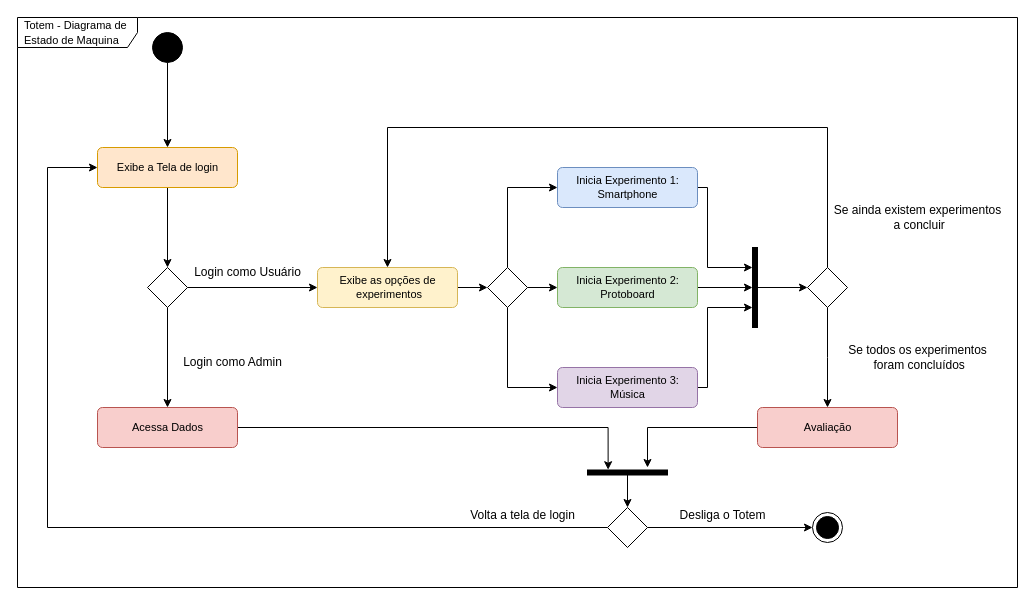
Osidious/PI1-2022-2 keeps this draw.io diagram as DiagramaDeEstadoDeMaquina.drawio. Above is the earlier version. Source tidied: cells renumbered, new cells numbered last; positions are measured from the earlier drawing's top-left corner, leaving out a move shared by most shapes. Both pictures are drawn from the tidied source at 100%, with x=0, y=0 at pixel (17, 17).
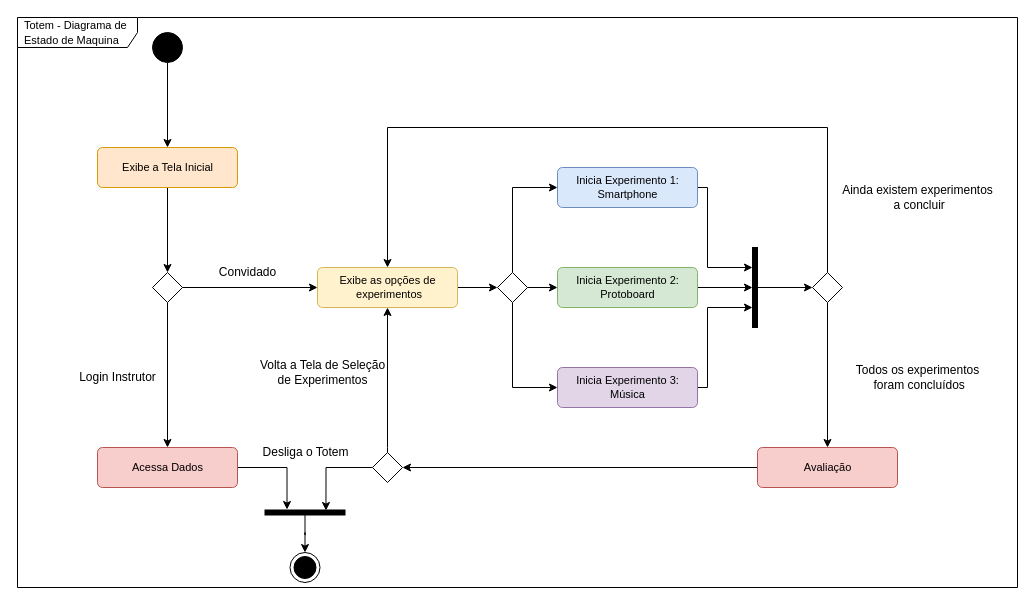
The same diagram, later.

The change refers to these unchanged cells:
```xml
<mxCell id="15" value="&lt;div&gt;Exibe as opções de&lt;/div&gt;&lt;div&gt;&amp;nbsp;experimentos&lt;/div&gt;" style="html=1;align=center;verticalAlign=middle;rounded=1;absoluteArcSize=1;arcSize=10;dashed=0;fontSize=11;fillColor=#fff2cc;strokeColor=#d6b656;" parent="1" vertex="1">
  <mxGeometry x="300" y="250" width="140" height="40" as="geometry" />
</mxCell>
<mxCell id="21" value="&lt;div&gt;Inicia Experimento 1:&lt;/div&gt;&lt;div&gt;Smartphone&lt;/div&gt;" style="html=1;align=center;verticalAlign=middle;rounded=1;absoluteArcSize=1;arcSize=10;dashed=0;fontSize=11;fillColor=#dae8fc;strokeColor=#6c8ebf;" parent="1" vertex="1">
  <mxGeometry x="540" y="150" width="140" height="40" as="geometry" />
</mxCell>
<mxCell id="23" value="Inicia Experimento 2:&lt;div&gt;Protoboard&lt;br&gt;&lt;/div&gt;" style="html=1;align=center;verticalAlign=middle;rounded=1;absoluteArcSize=1;arcSize=10;dashed=0;fontSize=11;fillColor=#d5e8d4;strokeColor=#82b366;" parent="1" vertex="1">
  <mxGeometry x="540" y="250" width="140" height="40" as="geometry" />
</mxCell>
<mxCell id="25" value="Inicia Experimento 3:&lt;div&gt;Música&lt;br&gt;&lt;/div&gt;" style="html=1;align=center;verticalAlign=middle;rounded=1;absoluteArcSize=1;arcSize=10;dashed=0;fontSize=11;fillColor=#e1d5e7;strokeColor=#9673a6;" parent="1" vertex="1">
  <mxGeometry x="540" y="350" width="140" height="40" as="geometry" />
</mxCell>
```

The edit, as a diff of the source:
```diff
@@
     <mxCell id="7" style="rhombus;" parent="1" vertex="1">
-      <mxGeometry x="130" y="250" width="40" height="40" as="geometry" />
+      <mxGeometry x="135" y="255" width="30" height="30" as="geometry" />
     </mxCell>
@@
-    <mxCell id="9" value="Exibe a Tela de login" style="html=1;align=center;verticalAlign=middle;rounded=1;absoluteArcSize=1;arcSize=10;dashed=0;fontSize=11;fillColor=#ffe6cc;strokeColor=#d79b00;" parent="1" vertex="1">
+    <mxCell id="9" value="Exibe a Tela Inicial" style="html=1;align=center;verticalAlign=middle;rounded=1;absoluteArcSize=1;arcSize=10;dashed=0;fontSize=11;fillColor=#ffe6cc;strokeColor=#d79b00;" parent="1" vertex="1">
       <mxGeometry x="80" y="130" width="140" height="40" as="geometry" />
     </mxCell>
-    <mxCell id="10" style="edgeStyle=orthogonalEdgeStyle;rounded=0;jettySize=auto;html=1;entryX=-0.056;entryY=0.742;entryDx=0;entryDy=0;entryPerimeter=0;" parent="1" edge="1" source="11" target="40">
-      <mxGeometry relative="1" as="geometry">
-        <Array as="points">
-          <mxPoint x="591" y="410" />
-        </Array>
-      </mxGeometry>
-    </mxCell>
+    <mxCell id="43" style="edgeStyle=orthogonalEdgeStyle;rounded=0;jettySize=auto;html=1;entryX=-0.1;entryY=0.725;entryDx=0;entryDy=0;entryPerimeter=0;" parent="1" edge="1" source="11" target="47">
+      <mxGeometry relative="1" as="geometry" />
+    </mxCell>
     <mxCell id="11" value="Acessa Dados" style="html=1;align=center;verticalAlign=middle;rounded=1;absoluteArcSize=1;arcSize=10;dashed=0;fontSize=11;fillColor=#f8cecc;strokeColor=#b85450;" parent="1" vertex="1">
-      <mxGeometry x="80" y="390" width="140" height="40" as="geometry" />
+      <mxGeometry x="80" y="430" width="140" height="40" as="geometry" />
     </mxCell>
-    <mxCell id="12" value="Login como Admin" style="text;html=1;align=center;verticalAlign=middle;strokeColor=none;fillColor=none;fontSize=12;" parent="1" vertex="1">
-      <mxGeometry x="150" y="330" width="130" height="30" as="geometry" />
+    <mxCell id="12" value="Login Instrutor" style="text;html=1;align=center;verticalAlign=middle;strokeColor=none;fillColor=none;fontSize=12;" parent="1" vertex="1">
+      <mxGeometry x="50" y="345" width="100" height="30" as="geometry" />
     </mxCell>
-    <mxCell id="13" value="Login como Usuário" style="text;html=1;align=center;verticalAlign=middle;strokeColor=none;fillColor=none;fontSize=12;" parent="1" vertex="1">
-      <mxGeometry x="160" y="240" width="140" height="30" as="geometry" />
+    <mxCell id="13" value="Convidado" style="text;html=1;align=center;verticalAlign=middle;strokeColor=none;fillColor=none;fontSize=12;" parent="1" vertex="1">
+      <mxGeometry x="190" y="240" width="80" height="30" as="geometry" />
     </mxCell>
@@
     <mxCell id="16" style="edgeStyle=orthogonalEdgeStyle;rounded=0;jettySize=auto;html=1;fontSize=12;" parent="1" edge="1" source="19" target="21">
       <mxGeometry relative="1" as="geometry">
         <Array as="points">
-          <mxPoint x="490" y="170" />
+          <mxPoint x="495" y="170" />
         </Array>
       </mxGeometry>
     </mxCell>
+    <mxCell id="18" style="edgeStyle=orthogonalEdgeStyle;rounded=0;jettySize=auto;html=1;fontSize=12;" parent="1" edge="1" source="19" target="25">
+      <mxGeometry relative="1" as="geometry">
+        <Array as="points">
+          <mxPoint x="495" y="370" />
+        </Array>
+      </mxGeometry>
+    </mxCell>
-    <mxCell id="17" style="edgeStyle=orthogonalEdgeStyle;rounded=0;jettySize=auto;html=1;fontSize=12;" parent="1" edge="1" source="19" target="23">
+    <mxCell id="17" style="edgeStyle=orthogonalEdgeStyle;rounded=0;jettySize=auto;html=1;" parent="1" edge="1" source="19" target="23">
       <mxGeometry relative="1" as="geometry" />
     </mxCell>
-    <mxCell id="18" style="edgeStyle=orthogonalEdgeStyle;rounded=0;jettySize=auto;html=1;fontSize=12;" parent="1" edge="1" source="19" target="25">
-      <mxGeometry relative="1" as="geometry">
-        <Array as="points">
-          <mxPoint x="490" y="370" />
-        </Array>
-      </mxGeometry>
-    </mxCell>
     <mxCell id="19" style="rhombus;" parent="1" vertex="1">
-      <mxGeometry x="470" y="250" width="40" height="40" as="geometry" />
+      <mxGeometry x="480" y="255" width="30" height="30" as="geometry" />
     </mxCell>
@@
     <mxCell id="26" style="ellipse;html=1;shape=endState;fillColor=strokeColor;fontSize=12;" parent="1" vertex="1">
-      <mxGeometry x="795" y="495" width="30" height="30" as="geometry" />
+      <mxGeometry x="272.5" y="535" width="30" height="30" as="geometry" />
     </mxCell>
-    <mxCell id="27" style="edgeStyle=orthogonalEdgeStyle;rounded=0;jettySize=auto;html=1;entryX=-0.5;entryY=0.25;entryDx=0;entryDy=0;entryPerimeter=0;" parent="1" edge="1" source="28" target="40">
-      <mxGeometry relative="1" as="geometry" />
-    </mxCell>
+    <mxCell id="44" style="edgeStyle=orthogonalEdgeStyle;rounded=0;jettySize=auto;html=1;entryX=1;entryY=0.5;entryDx=0;entryDy=0;" parent="1" edge="1" source="28" target="36">
+      <mxGeometry relative="1" as="geometry" />
+    </mxCell>
     <mxCell id="28" value="Avaliação" style="html=1;align=center;verticalAlign=middle;rounded=1;absoluteArcSize=1;arcSize=10;dashed=0;fontSize=11;fillColor=#f8cecc;strokeColor=#b85450;" parent="1" vertex="1">
-      <mxGeometry x="740" y="390" width="140" height="40" as="geometry" />
+      <mxGeometry x="740" y="430" width="140" height="40" as="geometry" />
     </mxCell>
@@
     <mxCell id="31" style="rhombus;" parent="1" vertex="1">
-      <mxGeometry x="790" y="250" width="40" height="40" as="geometry" />
+      <mxGeometry x="795" y="255" width="30" height="30" as="geometry" />
     </mxCell>
-    <mxCell id="32" value="&lt;div&gt;Se todos os experimentos&lt;/div&gt;&lt;div&gt;&amp;nbsp;foram concluídos&lt;/div&gt;" style="text;html=1;align=center;verticalAlign=middle;strokeColor=none;fillColor=none;fontSize=12;" parent="1" vertex="1">
-      <mxGeometry x="815" y="320" width="170" height="40" as="geometry" />
+    <mxCell id="32" value="&lt;div&gt;Todos os experimentos&lt;/div&gt;&lt;div&gt;&amp;nbsp;foram concluídos&lt;/div&gt;" style="text;html=1;align=center;verticalAlign=middle;strokeColor=none;fillColor=none;fontSize=12;" parent="1" vertex="1">
+      <mxGeometry x="825" y="340" width="150" height="40" as="geometry" />
     </mxCell>
-    <mxCell id="33" value="&lt;div&gt;Se ainda existem experimentos&lt;/div&gt;&lt;div&gt;&amp;nbsp;a concluir&lt;br&gt;&lt;/div&gt;" style="text;html=1;align=center;verticalAlign=middle;strokeColor=none;fillColor=none;fontSize=12;" parent="1" vertex="1">
-      <mxGeometry x="800" y="180" width="200" height="40" as="geometry" />
+    <mxCell id="33" value="&lt;div&gt;Ainda existem experimentos&lt;/div&gt;&lt;div&gt;&amp;nbsp;a concluir&lt;br&gt;&lt;/div&gt;" style="text;html=1;align=center;verticalAlign=middle;strokeColor=none;fillColor=none;fontSize=12;" parent="1" vertex="1">
+      <mxGeometry x="810" y="160" width="180" height="40" as="geometry" />
     </mxCell>
-    <mxCell id="34" style="edgeStyle=orthogonalEdgeStyle;rounded=0;jettySize=auto;html=1;" parent="1" edge="1" source="36" target="26">
-      <mxGeometry relative="1" as="geometry" />
-    </mxCell>
-    <mxCell id="35" style="edgeStyle=orthogonalEdgeStyle;rounded=0;jettySize=auto;html=1;" parent="1" edge="1" source="36" target="9">
+    <mxCell id="35" style="edgeStyle=orthogonalEdgeStyle;rounded=0;jettySize=auto;html=1;" parent="1" edge="1" source="36" target="15">
       <mxGeometry relative="1" as="geometry">
         <Array as="points">
-          <mxPoint x="30" y="510" />
-          <mxPoint x="30" y="150" />
+          <mxPoint x="370" y="430" />
         </Array>
       </mxGeometry>
     </mxCell>
+    <mxCell id="45" style="edgeStyle=orthogonalEdgeStyle;rounded=0;jettySize=auto;html=1;entryX=0.1;entryY=0.238;entryDx=0;entryDy=0;entryPerimeter=0;" parent="1" edge="1" source="36" target="47">
+      <mxGeometry relative="1" as="geometry" />
+    </mxCell>
     <mxCell id="36" style="rhombus;" parent="1" vertex="1">
-      <mxGeometry x="590" y="490" width="40" height="40" as="geometry" />
+      <mxGeometry x="355" y="435" width="30" height="30" as="geometry" />
     </mxCell>
     <mxCell id="37" value="Desliga o Totem" style="text;html=1;align=center;verticalAlign=middle;strokeColor=none;fillColor=none;fontSize=12;" parent="1" vertex="1">
-      <mxGeometry x="650" y="482.5" width="110" height="30" as="geometry" />
+      <mxGeometry x="232.5" y="420" width="110" height="30" as="geometry" />
     </mxCell>
-    <mxCell id="38" value="Volta a tela de login" style="text;html=1;align=center;verticalAlign=middle;strokeColor=none;fillColor=none;fontSize=12;" parent="1" vertex="1">
-      <mxGeometry x="440" y="482.5" width="130" height="30" as="geometry" />
+    <mxCell id="38" value="Volta a Tela de Seleção &lt;br&gt;de Experimentos" style="text;html=1;align=center;verticalAlign=middle;strokeColor=none;fillColor=none;fontSize=12;" parent="1" vertex="1">
+      <mxGeometry x="230" y="335" width="150" height="40" as="geometry" />
     </mxCell>
-    <mxCell id="39" style="edgeStyle=elbowEdgeStyle;rounded=0;jettySize=auto;html=1;entryX=0.5;entryY=0;entryDx=0;entryDy=0;fontSize=12;" parent="1" edge="1" source="40" target="36">
-      <mxGeometry relative="1" as="geometry" />
-    </mxCell>
-    <mxCell id="40" style="html=1;points=[];perimeter=orthogonalPerimeter;fillColor=strokeColor;fontSize=12;rotation=90;" parent="1" vertex="1">
-      <mxGeometry x="607.5" y="415" width="5" height="80" as="geometry" />
-    </mxCell>
@@
+    <mxCell id="46" style="edgeStyle=orthogonalEdgeStyle;rounded=0;jettySize=auto;html=1;" parent="1" edge="1" source="47" target="26">
+      <mxGeometry relative="1" as="geometry" />
+    </mxCell>
+    <mxCell id="47" style="html=1;points=[];perimeter=orthogonalPerimeter;fillColor=strokeColor;fontSize=12;rotation=90;" parent="1" vertex="1">
+      <mxGeometry x="285" y="455" width="5" height="80" as="geometry" />
+    </mxCell>
```
